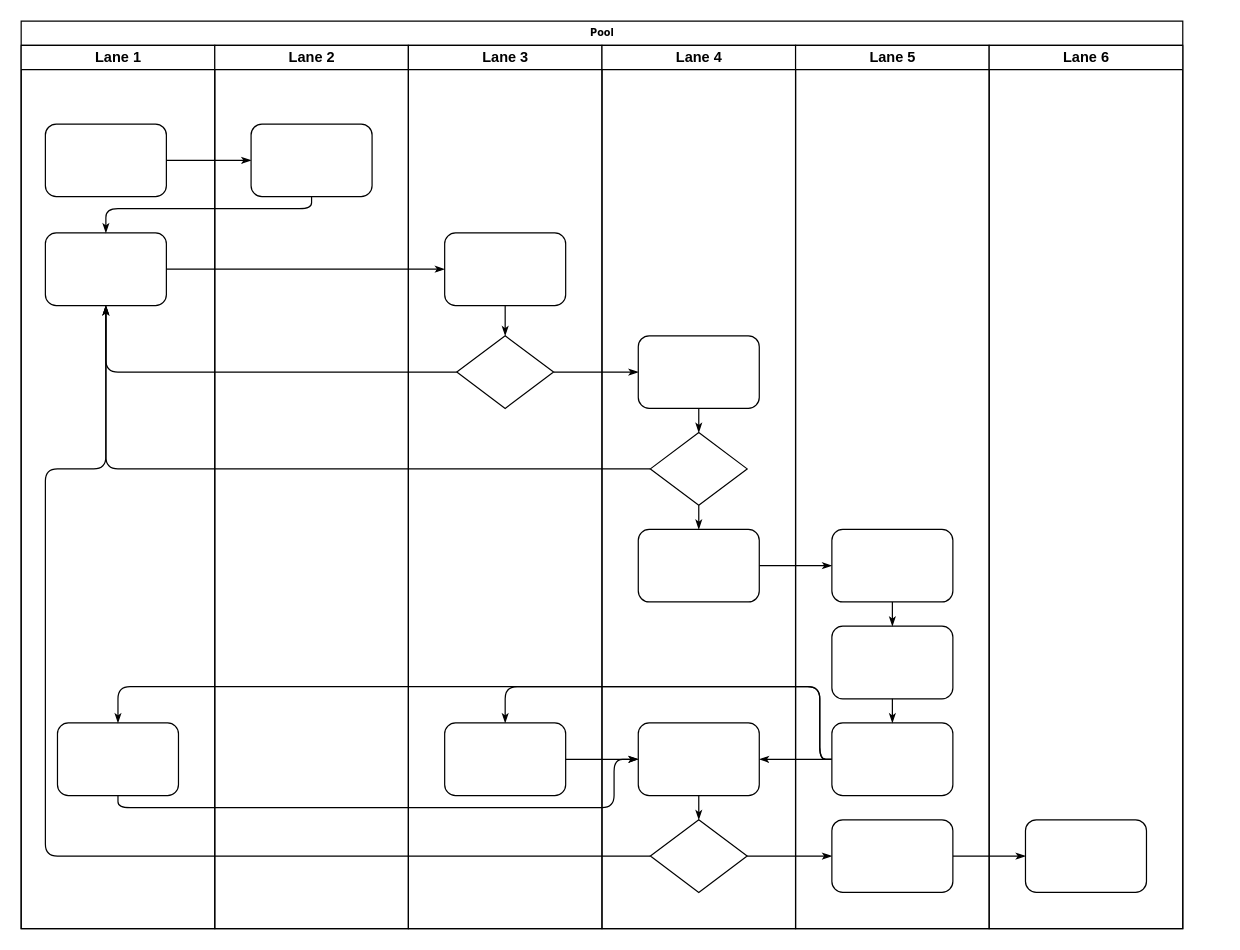
drshyamsundaram/CommunityDataModel keeps this draw.io diagram as DataModel_SOP_Detailed.drawio. Above is the earlier version. Source tidied: cells renumbered, new cells numbered last; positions are measured from the earlier drawing's top-left corner, leaving out a move shared by most shapes. Both pictures are drawn from the tidied source at 121%, with x=0, y=0 at pixel (21, 21).
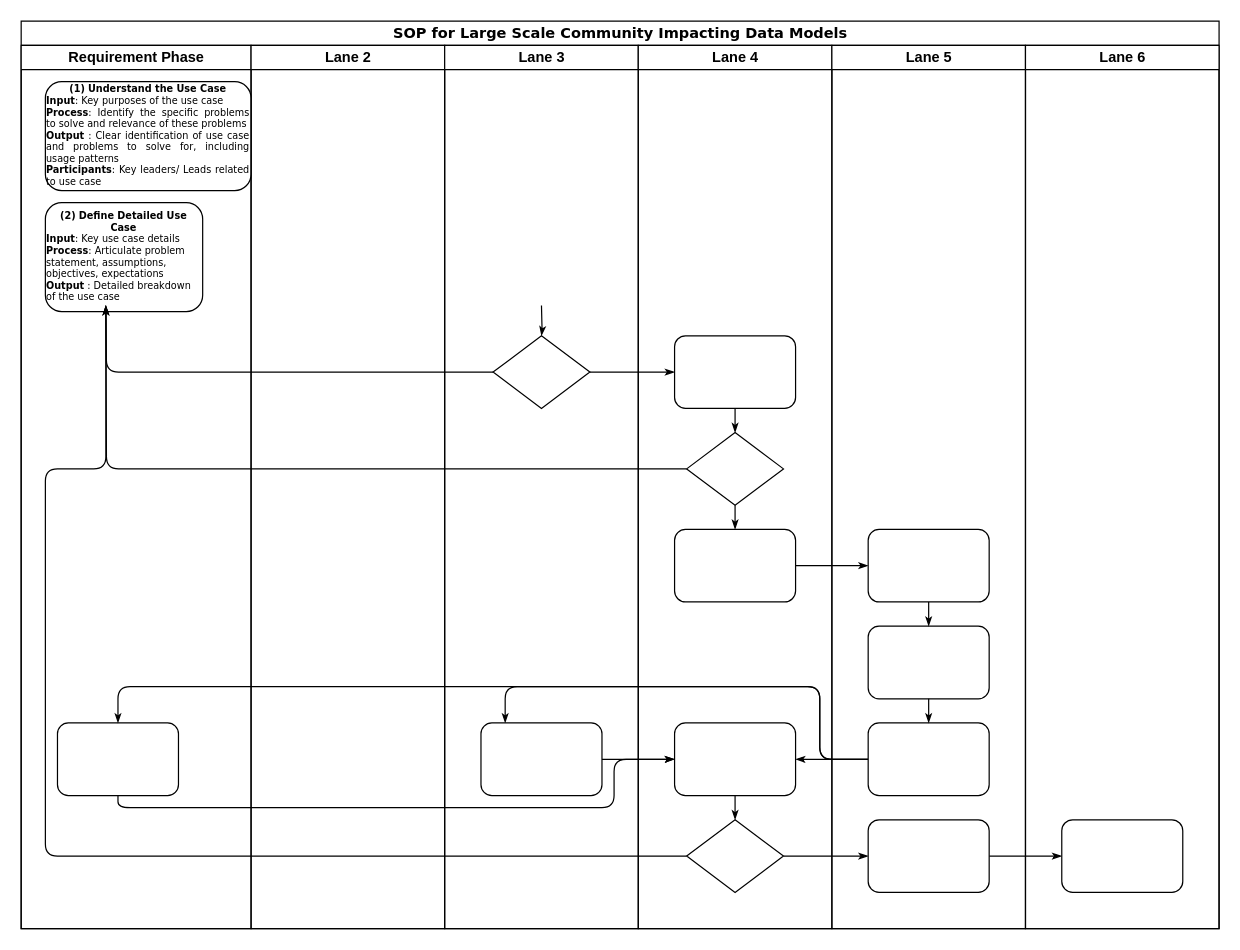
The same diagram, later.

Unchanged cells that the change refers to:
```xml
<mxCell id="26" style="rhombus;whiteSpace=wrap;html=1;rounded=0;shadow=0;labelBackgroundColor=none;strokeWidth=1;fontFamily=Verdana;fontSize=8;align=center;" parent="24" vertex="1">
  <mxGeometry x="40" y="240" width="80" height="60" as="geometry" />
</mxCell>
<mxCell id="31" style="rhombus;whiteSpace=wrap;html=1;rounded=0;shadow=0;labelBackgroundColor=none;strokeWidth=1;fontFamily=Verdana;fontSize=8;align=center;" parent="29" vertex="1">
  <mxGeometry x="40" y="320" width="80" height="60" as="geometry" />
</mxCell>
<mxCell id="34" style="rhombus;whiteSpace=wrap;html=1;rounded=0;shadow=0;labelBackgroundColor=none;strokeWidth=1;fontFamily=Verdana;fontSize=8;align=center;" parent="29" vertex="1">
  <mxGeometry x="40" y="640" width="80" height="60" as="geometry" />
</mxCell>
```

The edit, as a diff of the source:
```diff
@@
-    <mxCell id="2" value="Pool" style="swimlane;html=1;startSize=20;rounded=0;shadow=0;labelBackgroundColor=none;strokeWidth=1;fontFamily=Verdana;fontSize=8;align=center;" parent="1" vertex="1">
-      <mxGeometry width="960" height="750" as="geometry" />
+    <mxCell id="2" value="&lt;font style=&quot;font-size: 12px&quot;&gt;SOP for Large Scale Community Impacting Data Models&lt;/font&gt;" style="swimlane;html=1;startSize=20;rounded=0;shadow=0;labelBackgroundColor=none;strokeWidth=1;fontFamily=Verdana;fontSize=8;align=center;" parent="1" vertex="1">
+      <mxGeometry width="990" height="750" as="geometry" />
     </mxCell>
-    <mxCell id="3" value="Lane 1" style="swimlane;html=1;startSize=20;" parent="2" vertex="1">
-      <mxGeometry y="20" width="160" height="730" as="geometry" />
+    <mxCell id="3" value="Requirement Phase" style="swimlane;html=1;startSize=20;" parent="2" vertex="1">
+      <mxGeometry y="20" width="190" height="730" as="geometry" />
     </mxCell>
-    <mxCell id="4" style="rounded=1;whiteSpace=wrap;html=1;shadow=0;labelBackgroundColor=none;strokeWidth=1;fontFamily=Verdana;fontSize=8;align=center;" parent="3" vertex="1">
-      <mxGeometry x="20" y="65" width="100" height="60" as="geometry" />
+    <mxCell id="4" value="&lt;b&gt;(1)&lt;/b&gt; &lt;b&gt;Understand the Use Case&lt;br&gt;&lt;div style=&quot;text-align: justify&quot;&gt;&lt;b&gt;Input&lt;/b&gt;&lt;span style=&quot;font-weight: normal&quot;&gt;: Key purposes of the use case&lt;/span&gt;&lt;/div&gt;&lt;/b&gt;&lt;b&gt;&lt;div style=&quot;text-align: justify&quot;&gt;&lt;b&gt;Process&lt;/b&gt;&lt;span style=&quot;font-weight: normal&quot;&gt;: Identify the specific problems to solve and relevance of these problems&lt;/span&gt;&lt;/div&gt;&lt;/b&gt;&lt;b&gt;&lt;div style=&quot;text-align: justify&quot;&gt;&lt;b&gt;Output&lt;/b&gt;&lt;span style=&quot;font-weight: normal&quot;&gt; : Clear identification of use case and problems to solve for, including usage patterns&lt;/span&gt;&lt;/div&gt;&lt;/b&gt;&lt;b&gt;&lt;div style=&quot;text-align: justify&quot;&gt;&lt;b&gt;Participants&lt;/b&gt;&lt;span style=&quot;font-weight: normal&quot;&gt;: Key leaders/ Leads related to use case&lt;/span&gt;&lt;/div&gt;&lt;/b&gt;" style="rounded=1;whiteSpace=wrap;html=1;shadow=0;labelBackgroundColor=none;strokeWidth=1;fontFamily=Verdana;fontSize=8;align=center;" parent="3" vertex="1">
+      <mxGeometry x="20" y="30" width="170" height="90" as="geometry" />
     </mxCell>
-    <mxCell id="5" style="rounded=1;whiteSpace=wrap;html=1;shadow=0;labelBackgroundColor=none;strokeWidth=1;fontFamily=Verdana;fontSize=8;align=center;" parent="3" vertex="1">
-      <mxGeometry x="20" y="155" width="100" height="60" as="geometry" />
-    </mxCell>
@@
-    <mxCell id="7" style="edgeStyle=orthogonalEdgeStyle;rounded=1;html=1;labelBackgroundColor=none;startArrow=none;startFill=0;startSize=5;endArrow=classicThin;endFill=1;endSize=5;jettySize=auto;strokeWidth=1;fontFamily=Verdana;fontSize=8;" parent="2" edge="1" source="4" target="23">
-      <mxGeometry relative="1" as="geometry" />
-    </mxCell>
-    <mxCell id="8" style="edgeStyle=orthogonalEdgeStyle;rounded=1;html=1;labelBackgroundColor=none;startArrow=none;startFill=0;startSize=5;endArrow=classicThin;endFill=1;endSize=5;jettySize=auto;strokeWidth=1;fontFamily=Verdana;fontSize=8;" parent="2" edge="1" source="23" target="5">
-      <mxGeometry relative="1" as="geometry">
-        <Array as="points">
-          <mxPoint x="240" y="155" />
-          <mxPoint x="70" y="155" />
-        </Array>
-      </mxGeometry>
-    </mxCell>
-    <mxCell id="9" style="edgeStyle=orthogonalEdgeStyle;rounded=1;html=1;labelBackgroundColor=none;startArrow=none;startFill=0;startSize=5;endArrow=classicThin;endFill=1;endSize=5;jettySize=auto;strokeWidth=1;fontFamily=Verdana;fontSize=8;" parent="2" edge="1" source="5" target="25">
-      <mxGeometry relative="1" as="geometry" />
-    </mxCell>
+    <mxCell id="47" value="&lt;b&gt;(2)&lt;/b&gt; &lt;b&gt;Define Detailed Use Case&lt;br&gt;&lt;div style=&quot;text-align: left&quot;&gt;&lt;b&gt;Input&lt;/b&gt;&lt;span style=&quot;font-weight: normal&quot;&gt;: Key use case details&lt;/span&gt;&lt;/div&gt;&lt;/b&gt;&lt;b&gt;&lt;div style=&quot;text-align: left&quot;&gt;&lt;b&gt;Process&lt;/b&gt;&lt;span style=&quot;font-weight: normal&quot;&gt;: Articulate problem statement, assumptions, objectives, expectations&amp;nbsp;&lt;/span&gt;&lt;/div&gt;&lt;/b&gt;&lt;b&gt;&lt;div style=&quot;text-align: left&quot;&gt;&lt;b&gt;Output&lt;/b&gt;&lt;span style=&quot;font-weight: normal&quot;&gt; : Detailed breakdown of the use case&lt;/span&gt;&lt;/div&gt;&lt;/b&gt;" style="rounded=1;whiteSpace=wrap;html=1;shadow=0;labelBackgroundColor=none;strokeWidth=1;fontFamily=Verdana;fontSize=8;align=center;" parent="3" vertex="1">
+      <mxGeometry x="20" y="130" width="130" height="90" as="geometry" />
+    </mxCell>
-    <mxCell id="10" style="edgeStyle=orthogonalEdgeStyle;rounded=1;html=1;labelBackgroundColor=none;startArrow=none;startFill=0;startSize=5;endArrow=classicThin;endFill=1;endSize=5;jettySize=auto;strokeWidth=1;fontFamily=Verdana;fontSize=8;" parent="2" edge="1" source="26" target="5">
-      <mxGeometry relative="1" as="geometry" />
+    <mxCell id="10" style="edgeStyle=orthogonalEdgeStyle;rounded=1;html=1;labelBackgroundColor=none;startArrow=none;startFill=0;startSize=5;endArrow=classicThin;endFill=1;endSize=5;jettySize=auto;strokeWidth=1;fontFamily=Verdana;fontSize=8;" parent="2" edge="1" source="26">
+      <mxGeometry relative="1" as="geometry">
+        <mxPoint x="70" y="235" as="targetPoint" />
+      </mxGeometry>
     </mxCell>
-    <mxCell id="11" style="edgeStyle=orthogonalEdgeStyle;rounded=1;html=1;labelBackgroundColor=none;startArrow=none;startFill=0;startSize=5;endArrow=classicThin;endFill=1;endSize=5;jettySize=auto;strokeWidth=1;fontFamily=Verdana;fontSize=8;" parent="2" edge="1" source="31" target="5">
-      <mxGeometry relative="1" as="geometry" />
+    <mxCell id="11" style="edgeStyle=orthogonalEdgeStyle;rounded=1;html=1;labelBackgroundColor=none;startArrow=none;startFill=0;startSize=5;endArrow=classicThin;endFill=1;endSize=5;jettySize=auto;strokeWidth=1;fontFamily=Verdana;fontSize=8;" parent="2" edge="1" source="31">
+      <mxGeometry relative="1" as="geometry">
+        <mxPoint x="70" y="235" as="targetPoint" />
+      </mxGeometry>
     </mxCell>
-    <mxCell id="12" style="edgeStyle=orthogonalEdgeStyle;rounded=1;html=1;labelBackgroundColor=none;startArrow=none;startFill=0;startSize=5;endArrow=classicThin;endFill=1;endSize=5;jettySize=auto;strokeWidth=1;fontFamily=Verdana;fontSize=8;" parent="2" edge="1" source="34" target="5">
+    <mxCell id="12" style="edgeStyle=orthogonalEdgeStyle;rounded=1;html=1;labelBackgroundColor=none;startArrow=none;startFill=0;startSize=5;endArrow=classicThin;endFill=1;endSize=5;jettySize=auto;strokeWidth=1;fontFamily=Verdana;fontSize=8;" parent="2" edge="1" source="34">
       <mxGeometry relative="1" as="geometry">
+        <mxPoint x="70" y="235" as="targetPoint" />
         <Array as="points">
           <mxPoint x="20" y="690" />
           <mxPoint x="20" y="370" />
           <mxPoint x="70" y="370" />
         </Array>
       </mxGeometry>
     </mxCell>
@@
     <mxCell id="22" value="Lane 2" style="swimlane;html=1;startSize=20;" parent="2" vertex="1">
-      <mxGeometry x="160" y="20" width="160" height="730" as="geometry" />
+      <mxGeometry x="190" y="20" width="160" height="730" as="geometry" />
     </mxCell>
-    <mxCell id="23" style="rounded=1;whiteSpace=wrap;html=1;shadow=0;labelBackgroundColor=none;strokeWidth=1;fontFamily=Verdana;fontSize=8;align=center;" parent="22" vertex="1">
-      <mxGeometry x="30" y="65" width="100" height="60" as="geometry" />
-    </mxCell>
     <mxCell id="24" value="Lane 3" style="swimlane;html=1;startSize=20;" parent="2" vertex="1">
-      <mxGeometry x="320" y="20" width="160" height="730" as="geometry" />
+      <mxGeometry x="350" y="20" width="160" height="730" as="geometry" />
     </mxCell>
-    <mxCell id="25" style="rounded=1;whiteSpace=wrap;html=1;shadow=0;labelBackgroundColor=none;strokeWidth=1;fontFamily=Verdana;fontSize=8;align=center;" parent="24" vertex="1">
-      <mxGeometry x="30" y="155" width="100" height="60" as="geometry" />
-    </mxCell>
@@
-    <mxCell id="28" style="edgeStyle=orthogonalEdgeStyle;rounded=1;html=1;labelBackgroundColor=none;startArrow=none;startFill=0;startSize=5;endArrow=classicThin;endFill=1;endSize=5;jettySize=auto;strokeWidth=1;fontFamily=Verdana;fontSize=8;" parent="24" edge="1" source="25" target="26">
-      <mxGeometry relative="1" as="geometry" />
+    <mxCell id="28" style="edgeStyle=orthogonalEdgeStyle;rounded=1;html=1;labelBackgroundColor=none;startArrow=none;startFill=0;startSize=5;endArrow=classicThin;endFill=1;endSize=5;jettySize=auto;strokeWidth=1;fontFamily=Verdana;fontSize=8;" parent="24" edge="1" target="26">
+      <mxGeometry relative="1" as="geometry">
+        <mxPoint x="80" y="215" as="sourcePoint" />
+      </mxGeometry>
     </mxCell>
     <mxCell id="29" value="Lane 4" style="swimlane;html=1;startSize=20;" parent="2" vertex="1">
-      <mxGeometry x="480" y="20" width="160" height="730" as="geometry" />
+      <mxGeometry x="510" y="20" width="160" height="730" as="geometry" />
     </mxCell>
@@
     <mxCell id="38" value="Lane 5" style="swimlane;html=1;startSize=20;" parent="2" vertex="1">
-      <mxGeometry x="640" y="20" width="160" height="730" as="geometry" />
+      <mxGeometry x="670" y="20" width="160" height="730" as="geometry" />
     </mxCell>
@@
     <mxCell id="45" value="Lane 6" style="swimlane;html=1;startSize=20;" parent="2" vertex="1">
-      <mxGeometry x="800" y="20" width="160" height="730" as="geometry" />
+      <mxGeometry x="830" y="20" width="160" height="730" as="geometry" />
     </mxCell>
```
